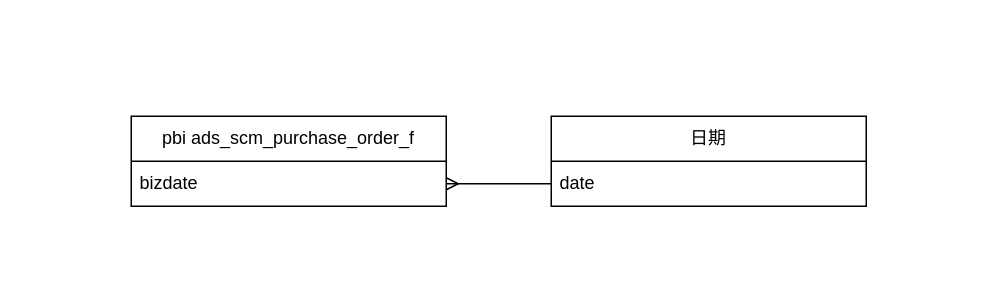
Above: 采购可视化PBI.drawio in ztacode/drawio (draw.io), before the change. Source tidied: cells renumbered, new cells numbered last; positions are measured from the earlier drawing's top-left corner, leaving out a move shared by most shapes. Both pictures are drawn from the tidied source at 150%, with x=0, y=0 at pixel (130, 116).
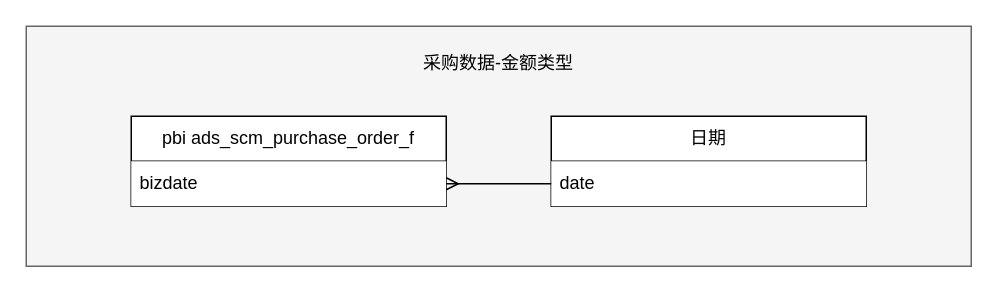
The same diagram, later.

Commit message (it also covers changes not shown here):
更新采购可视化PBI.drawio

Change to the diagram source:
```diff
@@
 <mxGraphModel>
   <root>
     <mxCell id="0" />
     <mxCell id="1" parent="0" />
+    <mxCell id="7" style="rounded=0;whiteSpace=wrap;html=1;fillColor=#f5f5f5;fontColor=#333333;strokeColor=#666666;" parent="1" vertex="1">
+      <mxGeometry x="-70" y="-60" width="630" height="160" as="geometry" />
+    </mxCell>
     <mxCell id="2" value="pbi ads_scm_purchase_order_f" style="swimlane;fontStyle=0;horizontal=1;startSize=30;whiteSpace=wrap;html=1;" parent="1" vertex="1">
       <mxGeometry width="210" height="60" as="geometry" />
     </mxCell>
-    <mxCell id="3" value="bizdate" style="text;strokeColor=none;fillColor=none;align=left;verticalAlign=middle;spacingLeft=4;spacingRight=4;overflow=hidden;points=[[0,0.5],[1,0.5]];portConstraint=eastwest;whiteSpace=wrap;html=1;" parent="2" vertex="1">
+    <mxCell id="3" value="bizdate" style="text;strokeColor=none;fillColor=default;align=left;verticalAlign=middle;spacingLeft=4;spacingRight=4;overflow=hidden;points=[[0,0.5],[1,0.5]];portConstraint=eastwest;whiteSpace=wrap;html=1;" parent="2" vertex="1">
       <mxGeometry y="30" width="210" height="30" as="geometry" />
     </mxCell>
     <mxCell id="4" value="日期" style="swimlane;fontStyle=0;horizontal=1;startSize=30;whiteSpace=wrap;html=1;" parent="1" vertex="1">
       <mxGeometry x="280" width="210" height="60" as="geometry" />
     </mxCell>
-    <mxCell id="5" value="date" style="text;strokeColor=none;fillColor=none;align=left;verticalAlign=middle;spacingLeft=4;spacingRight=4;overflow=hidden;points=[[0,0.5],[1,0.5]];portConstraint=eastwest;whiteSpace=wrap;html=1;" parent="4" vertex="1">
+    <mxCell id="5" value="date" style="text;align=left;verticalAlign=middle;spacingLeft=4;spacingRight=4;overflow=hidden;points=[[0,0.5],[1,0.5]];portConstraint=eastwest;whiteSpace=wrap;html=1;fillColor=default;" parent="4" vertex="1">
       <mxGeometry y="30" width="210" height="30" as="geometry" />
     </mxCell>
     <mxCell id="6" style="edgeStyle=orthogonalEdgeStyle;rounded=0;jettySize=auto;html=1;exitX=0;exitY=0.5;exitDx=0;exitDy=0;entryX=1;entryY=0.5;entryDx=0;entryDy=0;endArrow=ERmany;endFill=0;" parent="1" edge="1" source="5" target="3">
       <mxGeometry relative="1" as="geometry" />
     </mxCell>
+    <mxCell id="8" value="采购数据-金额类型" style="text;html=1;strokeColor=none;fillColor=none;align=center;verticalAlign=middle;whiteSpace=wrap;rounded=0;" parent="1" vertex="1">
+      <mxGeometry x="187" y="-50" width="116" height="30" as="geometry" />
+    </mxCell>
   </root>
 </mxGraphModel>
```
